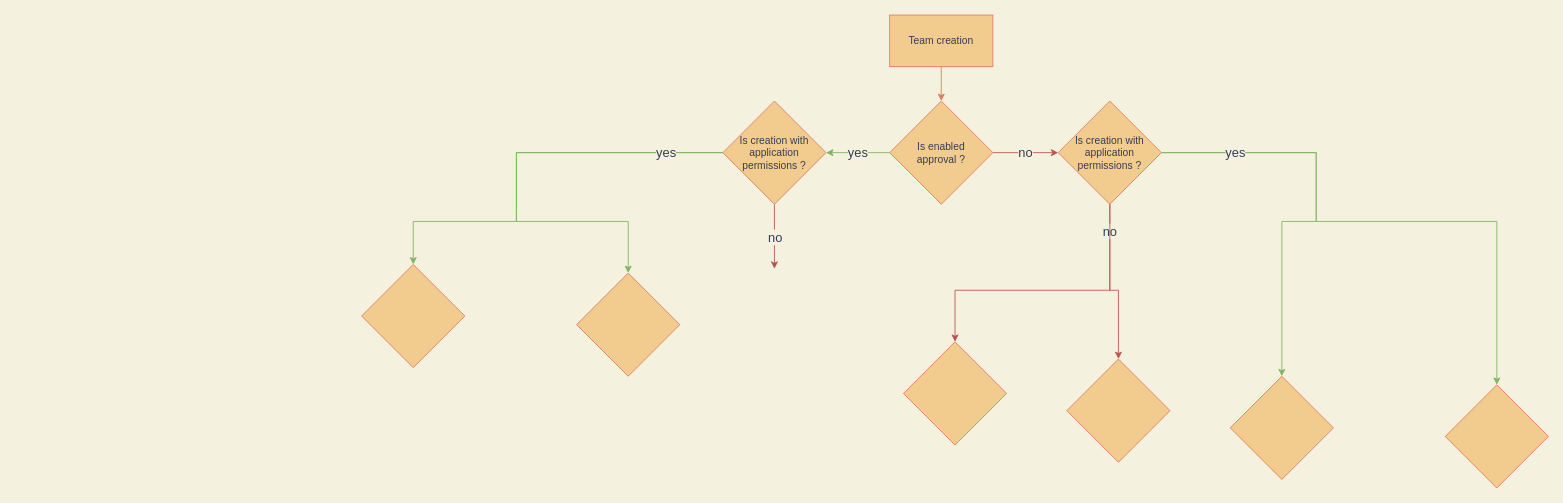
Earlier version of the draw.io diagram TeamCreation.drawio (orty/draw.io). Source tidied: cells renumbered, new cells numbered last; positions are measured from the earlier drawing's top-left corner, leaving out a move shared by most shapes. Both pictures are drawn from the tidied source at 86%, with x=0, y=0 at pixel (361, 15).
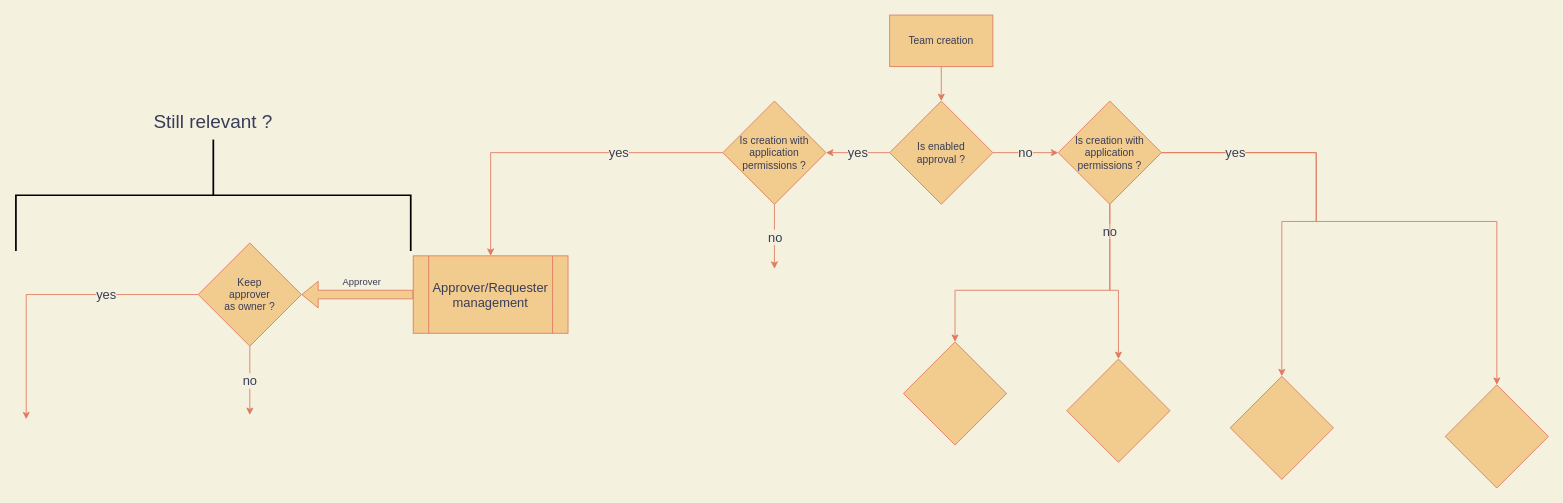
The same page after the edit.

The change refers to these unchanged cells:
```xml
<mxCell id="4" value="Is enabled&lt;br&gt;approval ?" style="rhombus;whiteSpace=wrap;html=1;fillColor=#F2CC8F;strokeColor=#E07A5F;fontColor=#393C56;" parent="1" vertex="1">
  <mxGeometry x="614" y="100" width="120" height="120" as="geometry" />
</mxCell>
<mxCell id="6" value="Team creation" style="rounded=0;whiteSpace=wrap;html=1;fillColor=#F2CC8F;strokeColor=#E07A5F;fontColor=#393C56;" parent="1" vertex="1">
  <mxGeometry x="614" width="120" height="60" as="geometry" />
</mxCell>
<mxCell id="8" value="Is creation with application permissions ?" style="rhombus;whiteSpace=wrap;html=1;fillColor=#F2CC8F;strokeColor=#E07A5F;fontColor=#393C56;" parent="1" vertex="1">
  <mxGeometry x="420" y="100" width="120" height="120" as="geometry" />
</mxCell>
<mxCell id="9" value="Is creation with application permissions ?" style="rhombus;whiteSpace=wrap;html=1;fillColor=#F2CC8F;strokeColor=#E07A5F;fontColor=#393C56;" parent="1" vertex="1">
  <mxGeometry x="810" y="100" width="120" height="120" as="geometry" />
</mxCell>
<mxCell id="14" style="rhombus;whiteSpace=wrap;html=1;rounded=0;fontSize=15;fontColor=#393C56;align=left;strokeWidth=1;fillColor=#F2CC8F;sketch=0;strokeColor=#E07A5F;" parent="1" vertex="1">
  <mxGeometry x="1010" y="420" width="120" height="120" as="geometry" />
</mxCell>
<mxCell id="15" style="rhombus;whiteSpace=wrap;html=1;rounded=0;fontSize=15;fontColor=#393C56;align=left;strokeWidth=1;fillColor=#F2CC8F;sketch=0;strokeColor=#E07A5F;" parent="1" vertex="1">
  <mxGeometry x="1260" y="430" width="120" height="120" as="geometry" />
</mxCell>
<mxCell id="18" style="rhombus;whiteSpace=wrap;html=1;rounded=0;fontSize=15;fontColor=#393C56;align=left;strokeWidth=1;fillColor=#F2CC8F;sketch=0;strokeColor=#E07A5F;" parent="1" vertex="1">
  <mxGeometry x="630" y="380" width="120" height="120" as="geometry" />
</mxCell>
<mxCell id="21" style="rhombus;whiteSpace=wrap;html=1;rounded=0;fontSize=15;fontColor=#393C56;align=left;strokeWidth=1;fillColor=#F2CC8F;sketch=0;strokeColor=#E07A5F;" parent="1" vertex="1">
  <mxGeometry x="820" y="400" width="120" height="120" as="geometry" />
</mxCell>
```

Change to the diagram source:
```diff
@@
-    <mxCell id="2" value="yes" style="edgeStyle=orthogonalEdgeStyle;rounded=0;jettySize=auto;html=1;exitX=0;exitY=0.5;exitDx=0;exitDy=0;labelBackgroundColor=#F4F1DE;strokeColor=#82b366;fontColor=#393C56;fillColor=#d5e8d4;jumpSize=6;fontSize=15;" parent="1" edge="1" source="4" target="8">
+    <mxCell id="2" value="yes" style="edgeStyle=orthogonalEdgeStyle;rounded=0;jettySize=auto;html=1;exitX=0;exitY=0.5;exitDx=0;exitDy=0;strokeColor=#E07A5F;fontColor=#393C56;fillColor=#F2CC8F;jumpSize=6;fontSize=15;labelBackgroundColor=#F4F1DE;" parent="1" edge="1" source="4" target="8">
       <mxGeometry relative="1" as="geometry" />
     </mxCell>
-    <mxCell id="3" value="no" style="edgeStyle=orthogonalEdgeStyle;rounded=0;jettySize=auto;html=1;entryX=0;entryY=0.5;entryDx=0;entryDy=0;labelBackgroundColor=#F4F1DE;strokeColor=#b85450;fontColor=#393C56;fillColor=#f8cecc;jumpSize=6;fontSize=15;" parent="1" edge="1" source="4" target="9">
+    <mxCell id="3" value="no" style="edgeStyle=orthogonalEdgeStyle;rounded=0;jettySize=auto;html=1;entryX=0;entryY=0.5;entryDx=0;entryDy=0;strokeColor=#E07A5F;fontColor=#393C56;fillColor=#F2CC8F;jumpSize=6;fontSize=15;labelBackgroundColor=#F4F1DE;" parent="1" edge="1" source="4" target="9">
       <mxGeometry relative="1" as="geometry" />
     </mxCell>
@@
-    <mxCell id="5" style="edgeStyle=orthogonalEdgeStyle;rounded=0;jettySize=auto;html=1;labelBackgroundColor=#F4F1DE;strokeColor=#E07A5F;fontColor=#393C56;" parent="1" edge="1" source="6" target="4">
+    <mxCell id="5" style="edgeStyle=orthogonalEdgeStyle;rounded=0;jettySize=auto;html=1;strokeColor=#E07A5F;fontColor=#393C56;labelBackgroundColor=#F4F1DE;" parent="1" edge="1" source="6" target="4">
       <mxGeometry relative="1" as="geometry" />
     </mxCell>
@@
-    <mxCell id="7" value="no&lt;br style=&quot;font-size: 15px;&quot;&gt;" style="edgeStyle=orthogonalEdgeStyle;rounded=0;jettySize=auto;html=1;labelBackgroundColor=#F4F1DE;strokeColor=#b85450;fontColor=#393C56;fillColor=#f8cecc;jumpSize=6;fontSize=15;entryX=0;entryY=0.5;entryDx=0;entryDy=0;entryPerimeter=0;" parent="1" edge="1" source="8">
+    <mxCell id="7" value="no&lt;br style=&quot;font-size: 15px;&quot;&gt;" style="edgeStyle=orthogonalEdgeStyle;rounded=0;jettySize=auto;html=1;strokeColor=#E07A5F;fontColor=#393C56;fillColor=#F2CC8F;jumpSize=6;fontSize=15;entryX=0;entryY=0.5;entryDx=0;entryDy=0;entryPerimeter=0;labelBackgroundColor=#F4F1DE;" parent="1" edge="1" source="8">
       <mxGeometry relative="1" as="geometry">
         <mxPoint x="480" y="295" as="targetPoint" />
       </mxGeometry>
     </mxCell>
@@
-    <mxCell id="10" style="rhombus;whiteSpace=wrap;html=1;rounded=0;fontSize=15;fontColor=#393C56;align=left;strokeWidth=1;fillColor=#F2CC8F;sketch=0;strokeColor=#E07A5F;" parent="1" vertex="1">
-      <mxGeometry y="290" width="120" height="120" as="geometry" />
-    </mxCell>
-    <mxCell id="11" style="rhombus;whiteSpace=wrap;html=1;rounded=0;fontSize=15;fontColor=#393C56;align=left;strokeWidth=1;fillColor=#F2CC8F;sketch=0;strokeColor=#E07A5F;" parent="1" vertex="1">
-      <mxGeometry x="250" y="300" width="120" height="120" as="geometry" />
-    </mxCell>
-    <mxCell id="12" style="edgeStyle=orthogonalEdgeStyle;rounded=0;jettySize=auto;html=1;labelBackgroundColor=#F4F1DE;strokeColor=#82b366;fontColor=#393C56;fillColor=#d5e8d4;jumpSize=6;fontSize=15;endArrow=classic;endFill=1;entryX=0.5;entryY=0;entryDx=0;entryDy=0;" parent="1" edge="1" source="8" target="10">
-      <mxGeometry x="0.24" relative="1" as="geometry">
-        <Array as="points">
-          <mxPoint x="180" y="160" />
-          <mxPoint x="180" y="240" />
-          <mxPoint x="60" y="240" />
-        </Array>
-      </mxGeometry>
-    </mxCell>
-    <mxCell id="13" value="yes" style="edgeStyle=orthogonalEdgeStyle;rounded=0;jettySize=auto;html=1;labelBackgroundColor=#F4F1DE;strokeColor=#82b366;fontColor=#393C56;fillColor=#d5e8d4;jumpSize=6;fontSize=15;endArrow=classic;endFill=1;entryX=0.5;entryY=0;entryDx=0;entryDy=0;" parent="1" edge="1" source="8" target="11">
-      <mxGeometry x="-0.74" relative="1" as="geometry">
-        <Array as="points">
-          <mxPoint x="180" y="160" />
-          <mxPoint x="180" y="240" />
-          <mxPoint x="310" y="240" />
-        </Array>
-      </mxGeometry>
-    </mxCell>
@@
-    <mxCell id="16" style="edgeStyle=orthogonalEdgeStyle;rounded=0;jettySize=auto;html=1;labelBackgroundColor=#F4F1DE;strokeColor=#82b366;fontColor=#393C56;fillColor=#d5e8d4;jumpSize=6;fontSize=15;endArrow=classic;endFill=1;entryX=0.5;entryY=0;entryDx=0;entryDy=0;" parent="1" edge="1" source="9" target="14">
+    <mxCell id="16" style="edgeStyle=orthogonalEdgeStyle;rounded=0;jettySize=auto;html=1;strokeColor=#E07A5F;fontColor=#393C56;fillColor=#F2CC8F;jumpSize=6;fontSize=15;endArrow=classic;endFill=1;entryX=0.5;entryY=0;entryDx=0;entryDy=0;labelBackgroundColor=#F4F1DE;" parent="1" edge="1" source="9" target="14">
       <mxGeometry x="0.24" relative="1" as="geometry">
         <Array as="points">
           <mxPoint x="1110" y="160" />
           <mxPoint x="1110" y="240" />
           <mxPoint x="1070" y="240" />
         </Array>
       </mxGeometry>
     </mxCell>
-    <mxCell id="17" value="no&lt;br style=&quot;font-size: 15px;&quot;&gt;" style="edgeStyle=orthogonalEdgeStyle;rounded=0;jettySize=auto;html=1;labelBackgroundColor=#F4F1DE;strokeColor=#b85450;fontColor=#393C56;fillColor=#f8cecc;jumpSize=6;fontSize=15;entryX=0.5;entryY=0;entryDx=0;entryDy=0;" parent="1" edge="1" source="9" target="18">
+    <mxCell id="17" value="no&lt;br style=&quot;font-size: 15px;&quot;&gt;" style="edgeStyle=orthogonalEdgeStyle;rounded=0;jettySize=auto;html=1;strokeColor=#E07A5F;fontColor=#393C56;fillColor=#F2CC8F;jumpSize=6;fontSize=15;entryX=0.5;entryY=0;entryDx=0;entryDy=0;labelBackgroundColor=#F4F1DE;" parent="1" edge="1" source="9" target="18">
       <mxGeometry x="-0.82" relative="1" as="geometry">
         <Array as="points">
           <mxPoint x="870" y="320" />
         </Array>
       </mxGeometry>
     </mxCell>
@@
-    <mxCell id="19" value="yes" style="edgeStyle=orthogonalEdgeStyle;rounded=0;jettySize=auto;html=1;labelBackgroundColor=#F4F1DE;strokeColor=#82b366;fontColor=#393C56;fillColor=#d5e8d4;jumpSize=6;fontSize=15;endArrow=classic;endFill=1;entryX=0.5;entryY=0;entryDx=0;entryDy=0;" parent="1" edge="1" source="9" target="15">
+    <mxCell id="19" value="yes" style="edgeStyle=orthogonalEdgeStyle;rounded=0;jettySize=auto;html=1;strokeColor=#E07A5F;fontColor=#393C56;fillColor=#F2CC8F;jumpSize=6;fontSize=15;endArrow=classic;endFill=1;entryX=0.5;entryY=0;entryDx=0;entryDy=0;labelBackgroundColor=#F4F1DE;" parent="1" edge="1" source="9" target="15">
       <mxGeometry x="-0.74" relative="1" as="geometry">
         <Array as="points">
           <mxPoint x="1110" y="160" />
           <mxPoint x="1110" y="240" />
           <mxPoint x="1320" y="240" />
         </Array>
       </mxGeometry>
     </mxCell>
-    <mxCell id="20" style="edgeStyle=orthogonalEdgeStyle;rounded=0;jettySize=auto;html=1;labelBackgroundColor=#F4F1DE;strokeColor=#b85450;fontColor=#393C56;fillColor=#f8cecc;jumpSize=6;fontSize=15;entryX=0.5;entryY=0;entryDx=0;entryDy=0;" parent="1" edge="1" source="9" target="21">
+    <mxCell id="20" style="edgeStyle=orthogonalEdgeStyle;rounded=0;jettySize=auto;html=1;strokeColor=#E07A5F;fontColor=#393C56;fillColor=#F2CC8F;jumpSize=6;fontSize=15;entryX=0.5;entryY=0;entryDx=0;entryDy=0;labelBackgroundColor=#F4F1DE;" parent="1" edge="1" source="9" target="21">
       <mxGeometry relative="1" as="geometry">
         <Array as="points">
           <mxPoint x="870" y="320" />
           <mxPoint x="880" y="320" />
         </Array>
       </mxGeometry>
     </mxCell>
@@
+    <mxCell id="22" value="Approver/Requester management" style="shape=process;whiteSpace=wrap;html=1;backgroundOutline=1;rounded=0;sketch=0;fontSize=15;fontColor=#393C56;strokeColor=#E07A5F;strokeWidth=1;fillColor=#F2CC8F;" parent="1" vertex="1">
+      <mxGeometry x="60" y="280" width="180" height="90" as="geometry" />
+    </mxCell>
+    <mxCell id="23" value="yes" style="edgeStyle=orthogonalEdgeStyle;rounded=0;jettySize=auto;html=1;strokeColor=#E07A5F;fontColor=#393C56;fillColor=#F2CC8F;jumpSize=6;fontSize=15;exitX=0;exitY=0.5;exitDx=0;exitDy=0;labelBackgroundColor=#F4F1DE;" parent="1" edge="1" source="8" target="22">
+      <mxGeometry x="-0.38" relative="1" as="geometry" />
+    </mxCell>
+    <mxCell id="24" value="Keep&lt;br&gt;approver&lt;br&gt;as owner ?" style="rhombus;whiteSpace=wrap;html=1;fillColor=#F2CC8F;strokeColor=#E07A5F;fontColor=#393C56;" parent="1" vertex="1">
+      <mxGeometry x="-190" y="265" width="120" height="120" as="geometry" />
+    </mxCell>
+    <mxCell id="25" value="Approver" style="shape=flexArrow;endArrow=classic;html=1;rounded=1;sketch=0;fontColor=#393C56;strokeColor=#E07A5F;fillColor=#F2CC8F;curved=0;labelBackgroundColor=#F4F1DE;" parent="1" edge="1" source="22" target="24">
+      <mxGeometry x="-0.08" y="-15" relative="1" as="geometry" />
+    </mxCell>
+    <mxCell id="26" value="no&lt;br style=&quot;font-size: 15px;&quot;&gt;" style="edgeStyle=orthogonalEdgeStyle;rounded=0;jettySize=auto;html=1;strokeColor=#E07A5F;fontColor=#393C56;fillColor=#F2CC8F;jumpSize=6;fontSize=15;entryX=0;entryY=0.5;entryDx=0;entryDy=0;entryPerimeter=0;labelBackgroundColor=#F4F1DE;" parent="1" edge="1" source="24">
+      <mxGeometry relative="1" as="geometry">
+        <mxPoint x="-130" y="465" as="targetPoint" />
+      </mxGeometry>
+    </mxCell>
+    <mxCell id="27" value="yes" style="edgeStyle=orthogonalEdgeStyle;rounded=0;jettySize=auto;html=1;strokeColor=#E07A5F;fontColor=#393C56;fillColor=#F2CC8F;jumpSize=6;fontSize=15;labelBackgroundColor=#F4F1DE;" parent="1" edge="1" source="24">
+      <mxGeometry x="-0.38" relative="1" as="geometry">
+        <mxPoint x="-390" y="470" as="targetPoint" />
+        <Array as="points">
+          <mxPoint x="-390" y="325" />
+          <mxPoint x="-390" y="450" />
+        </Array>
+      </mxGeometry>
+    </mxCell>
+    <mxCell id="28" style="group;" parent="1" vertex="1">
+      <mxGeometry x="-400" y="110" width="455" height="164.8" as="geometry" />
+    </mxCell>
+    <mxCell id="29" style="strokeWidth=2;html=1;shape=mxgraph.flowchart.annotation_2;align=left;labelPosition=right;rounded=0;sketch=0;fontColor=#393C56;fillColor=#F2CC8F;rotation=90;" parent="28" vertex="1">
+      <mxGeometry x="162.8" y="-130" width="129.5" height="459.1" as="geometry" />
+    </mxCell>
+    <mxCell id="30" value="Still relevant ?" style="text;html=1;strokeColor=none;fillColor=none;align=center;verticalAlign=middle;whiteSpace=wrap;rounded=0;sketch=0;fontColor=#393C56;fontSize=22;" parent="28" vertex="1">
+      <mxGeometry x="145" width="165" height="30" as="geometry" />
+    </mxCell>
```
